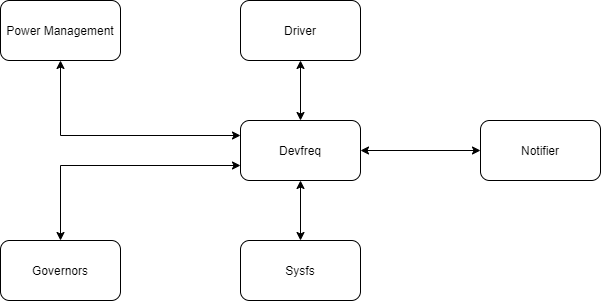
Above: images/devfreq/framework.png in craftsfish/pub (draw.io), before the change. Source tidied: cells renumbered, new cells last; positions are measured from the earlier drawing's top-left corner, leaving out a move shared by most shapes.
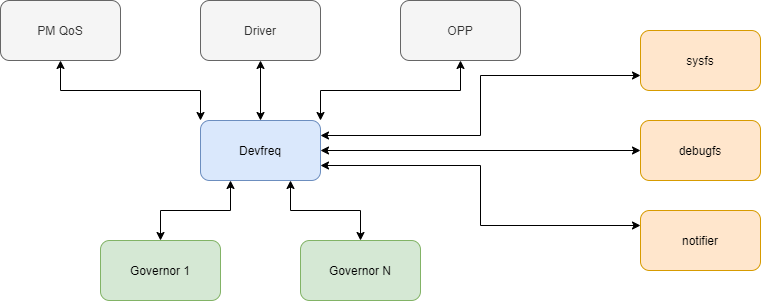
Later version of the same file.

Diff of the diagram source:
```diff
@@ -2,38 +2,56 @@
   <root>
     <mxCell id="0" />
     <mxCell id="1" parent="0" />
+    <mxCell id="13" style="edgeStyle=orthogonalEdgeStyle;rounded=0;jettySize=auto;html=1;exitX=0.75;exitY=1;exitDx=0;exitDy=0;entryX=0.5;entryY=0;entryDx=0;entryDy=0;startArrow=classic;startFill=1;" parent="1" edge="1" source="3" target="16">
+      <mxGeometry relative="1" as="geometry" />
+    </mxCell>
+    <mxCell id="14" style="edgeStyle=orthogonalEdgeStyle;rounded=0;jettySize=auto;html=1;exitX=1;exitY=0.25;exitDx=0;exitDy=0;entryX=0;entryY=0.75;entryDx=0;entryDy=0;startArrow=classic;startFill=1;" parent="1" edge="1" source="3" target="12">
+      <mxGeometry relative="1" as="geometry" />
+    </mxCell>
-    <mxCell id="2" style="edgeStyle=orthogonalEdgeStyle;rounded=0;jettySize=auto;html=1;exitX=1;exitY=0.5;exitDx=0;exitDy=0;startArrow=classic;startFill=1;" parent="1" edge="1" source="3" target="6">
+    <mxCell id="2" style="edgeStyle=orthogonalEdgeStyle;rounded=0;jettySize=auto;html=1;exitX=1;exitY=0.5;exitDx=0;exitDy=0;entryX=0;entryY=0.5;entryDx=0;entryDy=0;startArrow=classic;startFill=1;" parent="1" edge="1" source="3" target="6">
       <mxGeometry relative="1" as="geometry" />
     </mxCell>
+    <mxCell id="15" style="edgeStyle=orthogonalEdgeStyle;rounded=0;jettySize=auto;html=1;exitX=1;exitY=0.75;exitDx=0;exitDy=0;entryX=0;entryY=0.25;entryDx=0;entryDy=0;startArrow=classic;startFill=1;" parent="1" edge="1" source="3" target="17">
+      <mxGeometry relative="1" as="geometry" />
+    </mxCell>
-    <mxCell id="3" value="Devfreq" style="rounded=1;whiteSpace=wrap;html=1;" parent="1" vertex="1">
-      <mxGeometry x="240" y="120" width="120" height="60" as="geometry" />
+    <mxCell id="3" value="Devfreq" style="rounded=1;whiteSpace=wrap;html=1;fillColor=#dae8fc;strokeColor=#6c8ebf;" parent="1" vertex="1">
+      <mxGeometry x="120" y="80" width="120" height="60" as="geometry" />
     </mxCell>
-    <mxCell id="4" style="edgeStyle=orthogonalEdgeStyle;rounded=0;jettySize=auto;html=1;exitX=0.5;exitY=1;exitDx=0;exitDy=0;entryX=0;entryY=0.25;entryDx=0;entryDy=0;startArrow=classic;startFill=1;" parent="1" edge="1" source="5" target="3">
+    <mxCell id="4" style="edgeStyle=orthogonalEdgeStyle;rounded=0;jettySize=auto;html=1;exitX=0.5;exitY=1;exitDx=0;exitDy=0;entryX=0;entryY=0;entryDx=0;entryDy=0;startArrow=classic;startFill=1;" parent="1" edge="1" source="5" target="3">
       <mxGeometry relative="1" as="geometry" />
     </mxCell>
-    <mxCell id="5" value="Power Management" style="rounded=1;whiteSpace=wrap;html=1;" parent="1" vertex="1">
-      <mxGeometry width="120" height="60" as="geometry" />
+    <mxCell id="5" value="PM QoS" style="rounded=1;whiteSpace=wrap;html=1;fillColor=#f5f5f5;strokeColor=#666666;fontColor=#333333;" parent="1" vertex="1">
+      <mxGeometry x="-80" y="-40" width="120" height="60" as="geometry" />
     </mxCell>
-    <mxCell id="6" value="Notifier" style="rounded=1;whiteSpace=wrap;html=1;" parent="1" vertex="1">
-      <mxGeometry x="480" y="120" width="120" height="60" as="geometry" />
+    <mxCell id="6" value="debugfs" style="rounded=1;whiteSpace=wrap;html=1;fillColor=#ffe6cc;strokeColor=#d79b00;" parent="1" vertex="1">
+      <mxGeometry x="560" y="80" width="120" height="60" as="geometry" />
     </mxCell>
-    <mxCell id="7" style="edgeStyle=orthogonalEdgeStyle;rounded=0;jettySize=auto;html=1;exitX=0.5;exitY=0;exitDx=0;exitDy=0;entryX=0;entryY=0.75;entryDx=0;entryDy=0;startArrow=classic;startFill=1;" parent="1" edge="1" source="8" target="3">
+    <mxCell id="7" style="edgeStyle=orthogonalEdgeStyle;rounded=0;jettySize=auto;html=1;exitX=0.5;exitY=0;exitDx=0;exitDy=0;entryX=0.25;entryY=1;entryDx=0;entryDy=0;startArrow=classic;startFill=1;" parent="1" edge="1" source="8" target="3">
       <mxGeometry relative="1" as="geometry" />
     </mxCell>
-    <mxCell id="8" value="Governors" style="rounded=1;whiteSpace=wrap;html=1;" parent="1" vertex="1">
-      <mxGeometry y="240" width="120" height="60" as="geometry" />
+    <mxCell id="8" value="Governor 1" style="rounded=1;whiteSpace=wrap;html=1;fillColor=#d5e8d4;strokeColor=#82b366;" parent="1" vertex="1">
+      <mxGeometry x="20" y="200" width="120" height="60" as="geometry" />
     </mxCell>
     <mxCell id="9" style="edgeStyle=orthogonalEdgeStyle;rounded=0;jettySize=auto;html=1;exitX=0.5;exitY=1;exitDx=0;exitDy=0;entryX=0.5;entryY=0;entryDx=0;entryDy=0;startArrow=classic;startFill=1;" parent="1" edge="1" source="10" target="3">
       <mxGeometry relative="1" as="geometry" />
     </mxCell>
-    <mxCell id="10" value="Driver" style="rounded=1;whiteSpace=wrap;html=1;" parent="1" vertex="1">
-      <mxGeometry x="240" width="120" height="60" as="geometry" />
+    <mxCell id="10" value="Driver" style="rounded=1;whiteSpace=wrap;html=1;fillColor=#f5f5f5;strokeColor=#666666;fontColor=#333333;" parent="1" vertex="1">
+      <mxGeometry x="120" y="-40" width="120" height="60" as="geometry" />
     </mxCell>
-    <mxCell id="11" style="edgeStyle=orthogonalEdgeStyle;rounded=0;jettySize=auto;html=1;exitX=0.5;exitY=0;exitDx=0;exitDy=0;entryX=0.5;entryY=1;entryDx=0;entryDy=0;startArrow=classic;startFill=1;" parent="1" edge="1" source="12" target="3">
-      <mxGeometry relative="1" as="geometry" />
-    </mxCell>
-    <mxCell id="12" value="Sysfs" style="rounded=1;whiteSpace=wrap;html=1;" parent="1" vertex="1">
-      <mxGeometry x="240" y="240" width="120" height="60" as="geometry" />
+    <mxCell id="12" value="sysfs" style="rounded=1;whiteSpace=wrap;html=1;fillColor=#ffe6cc;strokeColor=#d79b00;" parent="1" vertex="1">
+      <mxGeometry x="560" y="-10" width="120" height="60" as="geometry" />
     </mxCell>
+    <mxCell id="16" value="Governor N" style="rounded=1;whiteSpace=wrap;html=1;fillColor=#d5e8d4;strokeColor=#82b366;" parent="1" vertex="1">
+      <mxGeometry x="220" y="200" width="120" height="60" as="geometry" />
+    </mxCell>
+    <mxCell id="17" value="notifier" style="rounded=1;whiteSpace=wrap;html=1;fillColor=#ffe6cc;strokeColor=#d79b00;" parent="1" vertex="1">
+      <mxGeometry x="560" y="170" width="120" height="60" as="geometry" />
+    </mxCell>
+    <mxCell id="18" style="edgeStyle=orthogonalEdgeStyle;rounded=0;jettySize=auto;html=1;exitX=0.5;exitY=1;exitDx=0;exitDy=0;entryX=1;entryY=0;entryDx=0;entryDy=0;startArrow=classic;startFill=1;" parent="1" edge="1" source="19" target="3">
+      <mxGeometry relative="1" as="geometry" />
+    </mxCell>
+    <mxCell id="19" value="OPP" style="rounded=1;whiteSpace=wrap;html=1;fillColor=#f5f5f5;strokeColor=#666666;fontColor=#333333;" parent="1" vertex="1">
+      <mxGeometry x="320" y="-40" width="120" height="60" as="geometry" />
+    </mxCell>
   </root>
 </mxGraphModel>
```
